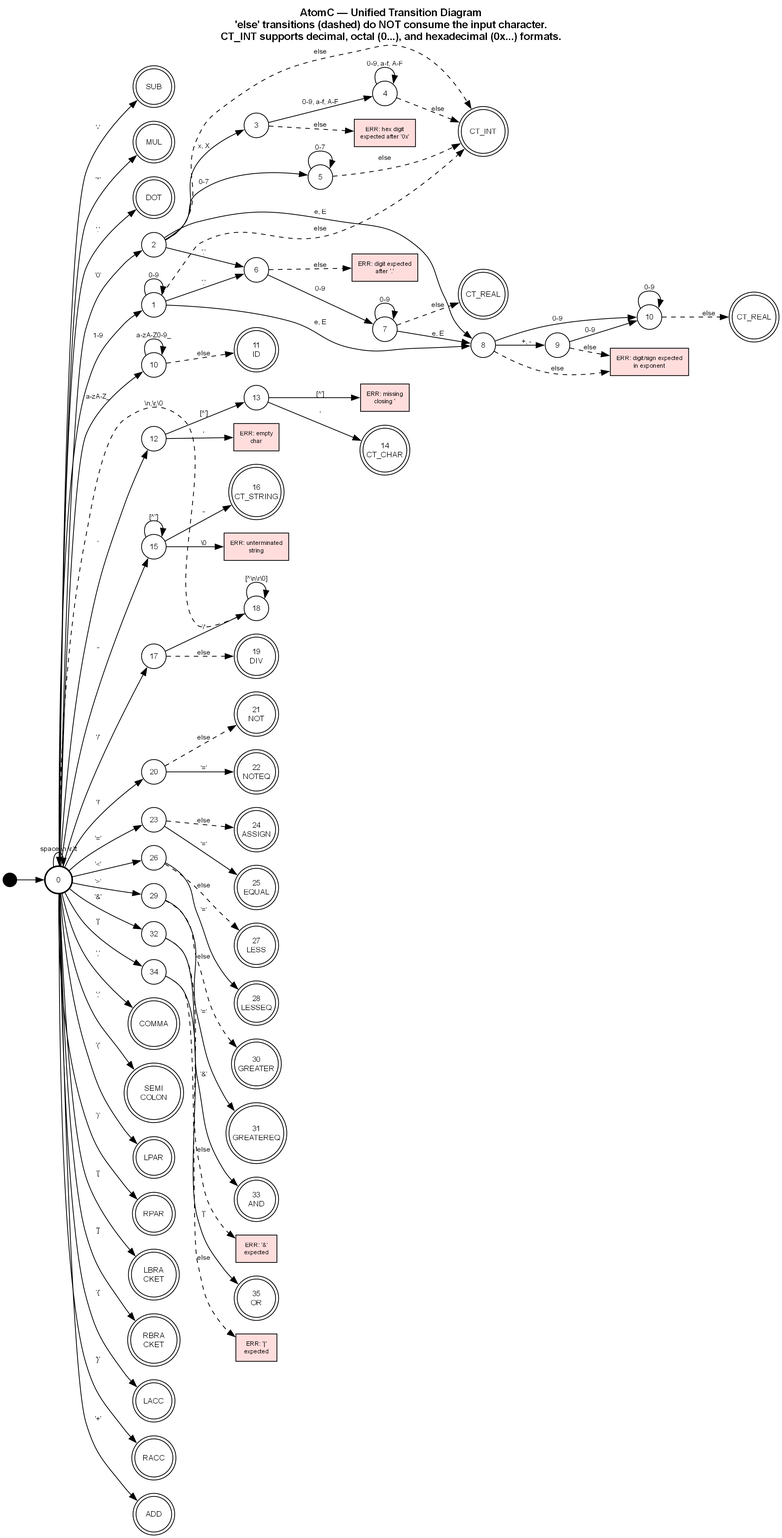
Before: diagrams/rendered/unified_td.png, a diagram exported from Graphviz (ThorSPB/AtomC-TD). Its source is kept beside it as diagrams/src/unified_td.dot.
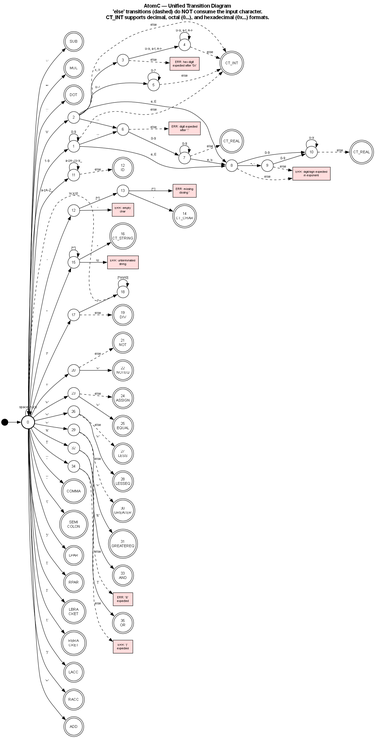
The same file after the commit.

The edit, as a diff of the source:
```diff
@@ -68,8 +68,8 @@
     s9e -> s9e [label="0-9"];
     s9e -> fREAL2 [label="else", style=dashed];
 
-    s10 [shape=circle, label="10", width=0.45, fixedsize=true];
-    fID [shape=doublecircle, label="11\nID", width=0.7, fixedsize=true];
+    s10 [shape=circle, label="11", width=0.45, fixedsize=true];
+    fID [shape=doublecircle, label="12\nID", width=0.7, fixedsize=true];
 
     s0 -> s10 [label="a-zA-Z_"];
     s10 -> s10 [label="a-zA-Z0-9_"];
```
